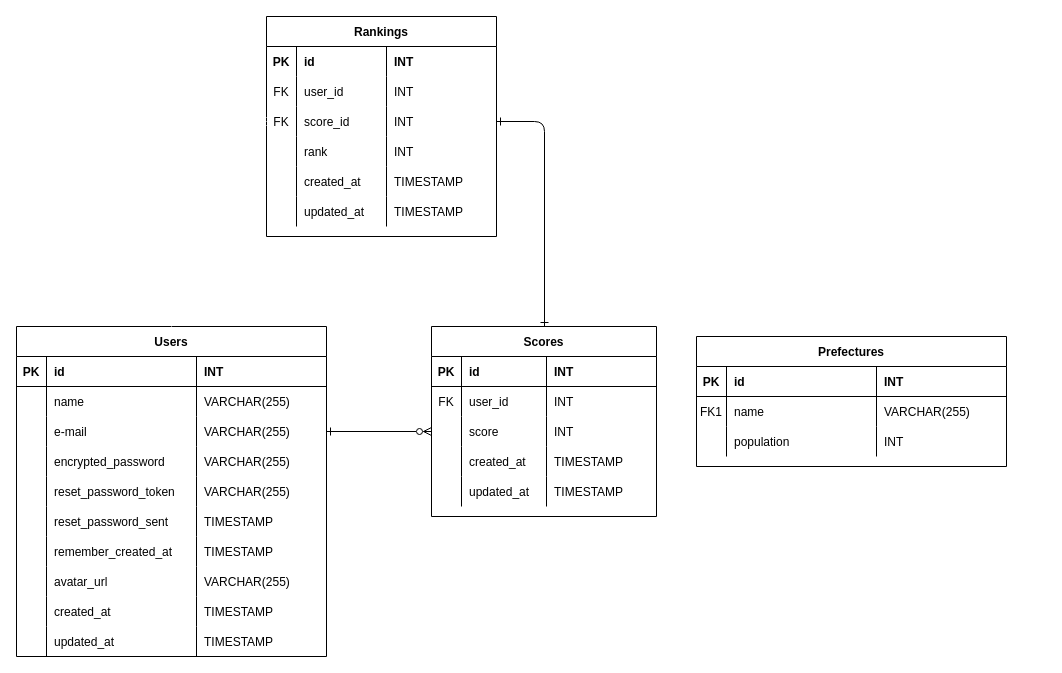
Before: PPP.drawio in uedaMasaya/Population-Pop-Puzzle, a draw.io diagram. Source tidied: cells renumbered, new cells numbered last; positions are measured from the earlier drawing's top-left corner, leaving out a move shared by most shapes. Both pictures are drawn from the tidied source at 100%, with x=0, y=0 at pixel (16, 16).
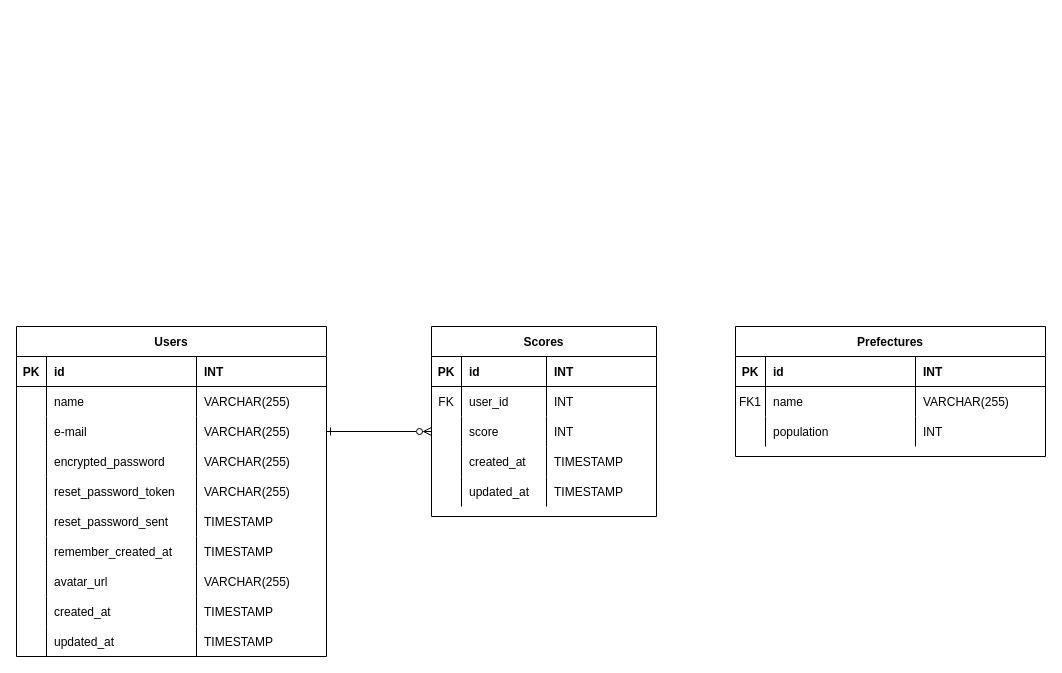
The same diagram, later.

Unchanged cells that the change refers to:
```xml
<mxCell id="37" value="Users" style="shape=table;startSize=30;childLayout=tableLayout;rowLines=0;fontStyle=1;align=center;" parent="1" vertex="1">
  <mxGeometry y="310" width="310" height="330" as="geometry" />
</mxCell>
```

What changed in the source:
```diff
@@
     <mxCell id="24" value="Prefectures" style="shape=table;startSize=30;childLayout=tableLayout;rowLines=0;fontStyle=1;align=center;" parent="1" vertex="1">
-      <mxGeometry x="680" y="320" width="310" height="130" as="geometry" />
+      <mxGeometry x="719" y="310" width="310" height="130" as="geometry" />
     </mxCell>
@@
-    <mxCell id="78" value="Rankings" style="shape=table;startSize=30;childLayout=tableLayout;rowLines=0;fontStyle=1;align=center;" parent="1" vertex="1">
-      <mxGeometry x="250" width="230" height="220" as="geometry" />
-    </mxCell>
-    <mxCell id="79" style="shape=partialRectangle;fillColor=none;top=0;left=0;right=0;bottom=0;shadow=0;strokeColor=default;perimeterSpacing=0;" parent="78" vertex="1">
-      <mxGeometry y="30" width="230" height="30" as="geometry" />
-    </mxCell>
-    <mxCell id="80" value="PK" style="shape=partialRectangle;overflow=hidden;fillColor=none;top=0;left=0;bottom=0;right=0;fontStyle=1;" parent="79" vertex="1">
-      <mxGeometry width="30" height="30" as="geometry" />
-    </mxCell>
-    <mxCell id="81" value="id" style="shape=partialRectangle;overflow=hidden;fillColor=none;top=0;left=0;bottom=0;right=0;align=left;spacingLeft=6;fontStyle=1;" parent="79" vertex="1">
-      <mxGeometry x="30" width="90" height="30" as="geometry" />
-    </mxCell>
-    <mxCell id="82" value="INT" style="shape=partialRectangle;overflow=hidden;fillColor=none;top=0;left=0;bottom=0;right=0;align=left;spacingLeft=6;fontStyle=1;" parent="79" vertex="1">
-      <mxGeometry x="120" width="110" height="30" as="geometry" />
-    </mxCell>
-    <mxCell id="83" style="shape=partialRectangle;fillColor=none;top=0;left=0;right=0;bottom=0;" parent="78" vertex="1">
-      <mxGeometry y="60" width="230" height="30" as="geometry" />
-    </mxCell>
-    <mxCell id="84" value="FK" style="shape=partialRectangle;overflow=hidden;fillColor=none;top=0;left=0;bottom=0;right=0;" parent="83" vertex="1">
-      <mxGeometry width="30" height="30" as="geometry" />
-    </mxCell>
-    <mxCell id="85" value="user_id" style="shape=partialRectangle;overflow=hidden;fillColor=none;top=0;left=0;bottom=0;right=0;align=left;spacingLeft=6;" parent="83" vertex="1">
-      <mxGeometry x="30" width="90" height="30" as="geometry" />
-    </mxCell>
-    <mxCell id="86" value="INT" style="shape=partialRectangle;overflow=hidden;fillColor=none;top=0;left=0;bottom=0;right=0;align=left;spacingLeft=6;" parent="83" vertex="1">
-      <mxGeometry x="120" width="110" height="30" as="geometry" />
-    </mxCell>
-    <mxCell id="87" style="shape=partialRectangle;fillColor=none;points=[[0,0.5],[1,0.5]];portConstraint=eastwest;top=0;left=0;right=0;bottom=0;" parent="78" vertex="1">
-      <mxGeometry y="90" width="230" height="30" as="geometry" />
-    </mxCell>
-    <mxCell id="88" value="FK" style="shape=partialRectangle;overflow=hidden;fillColor=none;top=0;left=0;bottom=0;right=0;" parent="87" vertex="1">
-      <mxGeometry width="30" height="30" as="geometry" />
-    </mxCell>
-    <mxCell id="89" value="score_id" style="shape=partialRectangle;overflow=hidden;fillColor=none;top=0;left=0;bottom=0;right=0;align=left;spacingLeft=6;" parent="87" vertex="1">
-      <mxGeometry x="30" width="90" height="30" as="geometry" />
-    </mxCell>
-    <mxCell id="90" value="INT" style="shape=partialRectangle;overflow=hidden;fillColor=none;top=0;left=0;bottom=0;right=0;align=left;spacingLeft=6;" parent="87" vertex="1">
-      <mxGeometry x="120" width="110" height="30" as="geometry" />
-    </mxCell>
-    <mxCell id="91" style="shape=partialRectangle;fillColor=none;top=0;left=0;right=0;bottom=0;" parent="78" vertex="1">
-      <mxGeometry y="120" width="230" height="30" as="geometry" />
-    </mxCell>
-    <mxCell id="92" style="shape=partialRectangle;overflow=hidden;fillColor=none;top=0;left=0;bottom=0;right=0;" parent="91" vertex="1">
-      <mxGeometry width="30" height="30" as="geometry" />
-    </mxCell>
-    <mxCell id="93" value="rank" style="shape=partialRectangle;overflow=hidden;fillColor=none;top=0;left=0;bottom=0;right=0;align=left;spacingLeft=6;" parent="91" vertex="1">
-      <mxGeometry x="30" width="90" height="30" as="geometry" />
-    </mxCell>
-    <mxCell id="94" value="INT" style="shape=partialRectangle;overflow=hidden;fillColor=none;top=0;left=0;bottom=0;right=0;align=left;spacingLeft=6;" parent="91" vertex="1">
-      <mxGeometry x="120" width="110" height="30" as="geometry" />
-    </mxCell>
-    <mxCell id="95" style="shape=partialRectangle;fillColor=none;top=0;left=0;right=0;bottom=0;" parent="78" vertex="1">
-      <mxGeometry y="150" width="230" height="30" as="geometry" />
-    </mxCell>
-    <mxCell id="96" style="shape=partialRectangle;overflow=hidden;fillColor=none;top=0;left=0;bottom=0;right=0;" parent="95" vertex="1">
-      <mxGeometry width="30" height="30" as="geometry" />
-    </mxCell>
-    <mxCell id="97" value="created_at" style="shape=partialRectangle;overflow=hidden;fillColor=none;top=0;left=0;bottom=0;right=0;align=left;spacingLeft=6;" parent="95" vertex="1">
-      <mxGeometry x="30" width="90" height="30" as="geometry" />
-    </mxCell>
-    <mxCell id="98" value="TIMESTAMP" style="shape=partialRectangle;overflow=hidden;fillColor=none;top=0;left=0;bottom=0;right=0;align=left;spacingLeft=6;" parent="95" vertex="1">
-      <mxGeometry x="120" width="110" height="30" as="geometry" />
-    </mxCell>
-    <mxCell id="99" style="shape=partialRectangle;fillColor=none;top=0;left=0;right=0;bottom=0;" parent="78" vertex="1">
-      <mxGeometry y="180" width="230" height="30" as="geometry" />
-    </mxCell>
-    <mxCell id="100" style="shape=partialRectangle;overflow=hidden;fillColor=none;top=0;left=0;bottom=0;right=0;" parent="99" vertex="1">
-      <mxGeometry width="30" height="30" as="geometry" />
-    </mxCell>
-    <mxCell id="101" value="updated_at" style="shape=partialRectangle;overflow=hidden;fillColor=none;top=0;left=0;bottom=0;right=0;align=left;spacingLeft=6;" parent="99" vertex="1">
-      <mxGeometry x="30" width="90" height="30" as="geometry" />
-    </mxCell>
-    <mxCell id="102" value="TIMESTAMP" style="shape=partialRectangle;overflow=hidden;fillColor=none;top=0;left=0;bottom=0;right=0;align=left;spacingLeft=6;" parent="99" vertex="1">
-      <mxGeometry x="120" width="110" height="30" as="geometry" />
-    </mxCell>
-    <mxCell id="103" style="edgeStyle=orthogonalEdgeStyle;fontSize=12;html=1;endArrow=ERone;endFill=0;exitX=1;exitY=0.5;exitDx=0;exitDy=0;startFill=0;startArrow=ERone;" parent="1" edge="1" source="87">
-      <mxGeometry relative="1" as="geometry">
-        <mxPoint x="528" y="310" as="targetPoint" />
-        <Array as="points">
-          <mxPoint x="528" y="105" />
-        </Array>
-      </mxGeometry>
-    </mxCell>
-    <mxCell id="104" style="edgeStyle=orthogonalEdgeStyle;fontSize=12;html=1;endArrow=ERone;endFill=0;strokeColor=#FFFFFF;entryX=0.5;entryY=0;entryDx=0;entryDy=0;exitX=0;exitY=0.5;exitDx=0;exitDy=0;rounded=1;startArrow=ERzeroToMany;startFill=0;" parent="1" edge="1" source="87" target="37">
-      <mxGeometry relative="1" as="geometry" />
-    </mxCell>
```
